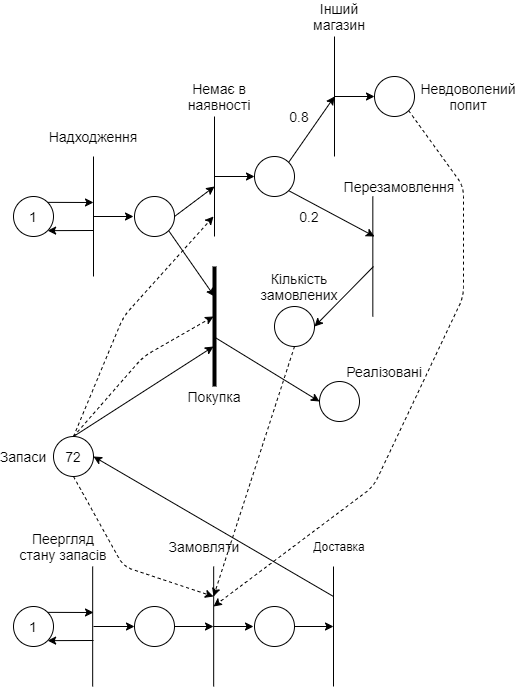
ojdmytruk/SystemModeling_sem7 keeps this draw.io diagram as MSlab6/супермаркет.png. Above is the earlier version. Source tidied: cells renumbered, new cells last; positions are measured from the earlier drawing's top-left corner, leaving out a move shared by most shapes. Source of this version:
```xml
<mxGraphModel background="#ffffff">
  <root>
    <mxCell id="0" />
    <mxCell id="1" parent="0" />
    <mxCell id="2" value="&lt;font style=&quot;font-size: 14px&quot;&gt;1&lt;/font&gt;" style="ellipse;whiteSpace=wrap;html=1;" parent="1" vertex="1">
      <mxGeometry x="10" y="190" width="40" height="40" as="geometry" />
    </mxCell>
    <mxCell id="3" style="endArrow=none;html=1;" parent="1" edge="1">
      <mxGeometry relative="1" as="geometry">
        <mxPoint x="90" y="270" as="sourcePoint" />
        <mxPoint x="90" y="150" as="targetPoint" />
      </mxGeometry>
    </mxCell>
    <mxCell id="4" value="&lt;font style=&quot;font-size: 14px&quot;&gt;Надходження&lt;/font&gt;" style="text;html=1;strokeColor=none;fillColor=none;align=center;verticalAlign=middle;whiteSpace=wrap;rounded=0;" parent="1" vertex="1">
      <mxGeometry x="70" y="120" width="40" height="20" as="geometry" />
    </mxCell>
    <mxCell id="5" style="endArrow=classic;html=1;exitX=1;exitY=0;exitDx=0;exitDy=0;" parent="1" edge="1" source="2">
      <mxGeometry relative="1" as="geometry">
        <mxPoint x="90" y="196" as="targetPoint" />
      </mxGeometry>
    </mxCell>
    <mxCell id="6" style="endArrow=classic;html=1;entryX=1;entryY=1;entryDx=0;entryDy=0;" parent="1" edge="1" target="2">
      <mxGeometry relative="1" as="geometry">
        <mxPoint x="90" y="224" as="sourcePoint" />
      </mxGeometry>
    </mxCell>
    <mxCell id="7" style="endArrow=classic;html=1;" parent="1" edge="1">
      <mxGeometry relative="1" as="geometry">
        <mxPoint x="90" y="210" as="sourcePoint" />
        <mxPoint x="130" y="210" as="targetPoint" />
      </mxGeometry>
    </mxCell>
    <mxCell id="8" style="ellipse;whiteSpace=wrap;html=1;" parent="1" vertex="1">
      <mxGeometry x="131" y="190" width="40" height="40" as="geometry" />
    </mxCell>
    <mxCell id="9" style="endArrow=none;html=1;" parent="1" edge="1">
      <mxGeometry relative="1" as="geometry">
        <mxPoint x="211" y="230" as="sourcePoint" />
        <mxPoint x="211" y="110" as="targetPoint" />
      </mxGeometry>
    </mxCell>
    <mxCell id="10" style="endArrow=classic;html=1;exitX=1;exitY=0.5;exitDx=0;exitDy=0;" parent="1" edge="1" source="8">
      <mxGeometry relative="1" as="geometry">
        <mxPoint x="211" y="180" as="targetPoint" />
      </mxGeometry>
    </mxCell>
    <mxCell id="11" style="endArrow=none;html=1;strokeWidth=4;" parent="1" edge="1">
      <mxGeometry relative="1" as="geometry">
        <mxPoint x="211" y="380" as="sourcePoint" />
        <mxPoint x="211" y="260" as="targetPoint" />
      </mxGeometry>
    </mxCell>
    <mxCell id="12" style="endArrow=classic;html=1;strokeWidth=1;exitX=1;exitY=1;exitDx=0;exitDy=0;" parent="1" edge="1" source="8">
      <mxGeometry relative="1" as="geometry">
        <mxPoint x="211" y="290" as="targetPoint" />
      </mxGeometry>
    </mxCell>
    <mxCell id="13" value="&lt;font style=&quot;font-size: 14px&quot;&gt;Немає в наявності&lt;/font&gt;" style="text;html=1;strokeColor=none;fillColor=none;align=center;verticalAlign=middle;whiteSpace=wrap;rounded=0;" parent="1" vertex="1">
      <mxGeometry x="191" y="80" width="50" height="20" as="geometry" />
    </mxCell>
    <mxCell id="14" value="&lt;font style=&quot;font-size: 14px&quot;&gt;Покупка&lt;/font&gt;" style="text;html=1;strokeColor=none;fillColor=none;align=center;verticalAlign=middle;whiteSpace=wrap;rounded=0;" parent="1" vertex="1">
      <mxGeometry x="191" y="380" width="40" height="20" as="geometry" />
    </mxCell>
    <mxCell id="15" style="ellipse;whiteSpace=wrap;html=1;" parent="1" vertex="1">
      <mxGeometry x="251" y="150" width="40" height="40" as="geometry" />
    </mxCell>
    <mxCell id="16" style="endArrow=classic;html=1;strokeWidth=1;entryX=0;entryY=0.5;entryDx=0;entryDy=0;" parent="1" edge="1" target="15">
      <mxGeometry relative="1" as="geometry">
        <mxPoint x="211" y="170" as="sourcePoint" />
      </mxGeometry>
    </mxCell>
    <mxCell id="17" style="endArrow=none;html=1;" parent="1" edge="1">
      <mxGeometry relative="1" as="geometry">
        <mxPoint x="331" y="150" as="sourcePoint" />
        <mxPoint x="331" y="30" as="targetPoint" />
      </mxGeometry>
    </mxCell>
    <mxCell id="18" style="endArrow=none;html=1;" parent="1" edge="1">
      <mxGeometry relative="1" as="geometry">
        <mxPoint x="369.3" y="310" as="sourcePoint" />
        <mxPoint x="369.3" y="190" as="targetPoint" />
      </mxGeometry>
    </mxCell>
    <mxCell id="19" value="&lt;font style=&quot;font-size: 14px&quot;&gt;Інший магазин&lt;/font&gt;" style="text;html=1;strokeColor=none;fillColor=none;align=center;verticalAlign=middle;whiteSpace=wrap;rounded=0;" parent="1" vertex="1">
      <mxGeometry x="311" width="50" height="20" as="geometry" />
    </mxCell>
    <mxCell id="20" value="&lt;font style=&quot;font-size: 14px&quot;&gt;Перезамовлення&lt;/font&gt;" style="text;html=1;strokeColor=none;fillColor=none;align=center;verticalAlign=middle;whiteSpace=wrap;rounded=0;" parent="1" vertex="1">
      <mxGeometry x="371" y="170" width="50" height="20" as="geometry" />
    </mxCell>
    <mxCell id="21" style="endArrow=classic;html=1;strokeWidth=1;exitX=1;exitY=0;exitDx=0;exitDy=0;" parent="1" edge="1" source="15">
      <mxGeometry relative="1" as="geometry">
        <mxPoint x="331" y="90" as="targetPoint" />
      </mxGeometry>
    </mxCell>
    <mxCell id="22" style="endArrow=classic;html=1;strokeWidth=1;exitX=1;exitY=1;exitDx=0;exitDy=0;" parent="1" edge="1" source="15">
      <mxGeometry relative="1" as="geometry">
        <mxPoint x="371" y="230" as="targetPoint" />
      </mxGeometry>
    </mxCell>
    <mxCell id="23" value="&lt;font style=&quot;font-size: 14px&quot;&gt;0.8&lt;/font&gt;" style="text;html=1;strokeColor=none;fillColor=none;align=center;verticalAlign=middle;whiteSpace=wrap;rounded=0;" parent="1" vertex="1">
      <mxGeometry x="271" y="100" width="50" height="20" as="geometry" />
    </mxCell>
    <mxCell id="24" value="&lt;font style=&quot;font-size: 14px&quot;&gt;0.2&lt;/font&gt;" style="text;html=1;strokeColor=none;fillColor=none;align=center;verticalAlign=middle;whiteSpace=wrap;rounded=0;" parent="1" vertex="1">
      <mxGeometry x="281" y="200" width="50" height="20" as="geometry" />
    </mxCell>
    <mxCell id="25" style="endArrow=classic;html=1;strokeWidth=1;" parent="1" edge="1">
      <mxGeometry relative="1" as="geometry">
        <mxPoint x="331" y="90" as="sourcePoint" />
        <mxPoint x="371" y="90" as="targetPoint" />
      </mxGeometry>
    </mxCell>
    <mxCell id="26" style="ellipse;whiteSpace=wrap;html=1;" parent="1" vertex="1">
      <mxGeometry x="371" y="70" width="40" height="40" as="geometry" />
    </mxCell>
    <mxCell id="27" value="&lt;span style=&quot;font-size: 14px&quot;&gt;Невдоволений попит&lt;/span&gt;" style="text;html=1;strokeColor=none;fillColor=none;align=center;verticalAlign=middle;whiteSpace=wrap;rounded=0;" parent="1" vertex="1">
      <mxGeometry x="440" y="80" width="50" height="20" as="geometry" />
    </mxCell>
    <mxCell id="28" value="&lt;font style=&quot;font-size: 14px&quot;&gt;1&lt;/font&gt;" style="ellipse;whiteSpace=wrap;html=1;" parent="1" vertex="1">
      <mxGeometry x="10" y="600" width="40" height="40" as="geometry" />
    </mxCell>
    <mxCell id="29" style="endArrow=none;html=1;" parent="1" edge="1">
      <mxGeometry relative="1" as="geometry">
        <mxPoint x="89.2" y="680" as="sourcePoint" />
        <mxPoint x="89.2" y="560" as="targetPoint" />
      </mxGeometry>
    </mxCell>
    <mxCell id="30" style="endArrow=classic;html=1;strokeWidth=1;exitX=1;exitY=0;exitDx=0;exitDy=0;" parent="1" edge="1" source="28">
      <mxGeometry relative="1" as="geometry">
        <mxPoint x="90" y="606" as="targetPoint" />
      </mxGeometry>
    </mxCell>
    <mxCell id="31" style="endArrow=classic;html=1;strokeWidth=1;entryX=1;entryY=1;entryDx=0;entryDy=0;" parent="1" edge="1" target="28">
      <mxGeometry relative="1" as="geometry">
        <mxPoint x="90" y="634" as="sourcePoint" />
      </mxGeometry>
    </mxCell>
    <mxCell id="32" value="&lt;font style=&quot;font-size: 14px&quot;&gt;Пеергляд стану запасів&lt;/font&gt;" style="text;html=1;strokeColor=none;fillColor=none;align=center;verticalAlign=middle;whiteSpace=wrap;rounded=0;" parent="1" vertex="1">
      <mxGeometry x="10" y="530" width="100" height="20" as="geometry" />
    </mxCell>
    <mxCell id="33" value="&lt;font style=&quot;font-size: 14px&quot;&gt;72&lt;/font&gt;" style="ellipse;whiteSpace=wrap;html=1;" parent="1" vertex="1">
      <mxGeometry x="50" y="430" width="40" height="40" as="geometry" />
    </mxCell>
    <mxCell id="34" value="&lt;font style=&quot;font-size: 14px&quot;&gt;Запаси&lt;/font&gt;" style="text;html=1;strokeColor=none;fillColor=none;align=center;verticalAlign=middle;whiteSpace=wrap;rounded=0;" parent="1" vertex="1">
      <mxGeometry y="440" width="40" height="20" as="geometry" />
    </mxCell>
    <mxCell id="35" style="endArrow=classic;html=1;strokeWidth=1;entryX=1;entryY=0.5;entryDx=0;entryDy=0;" parent="1" edge="1" target="36">
      <mxGeometry relative="1" as="geometry">
        <mxPoint x="370" y="260" as="sourcePoint" />
      </mxGeometry>
    </mxCell>
    <mxCell id="36" style="ellipse;whiteSpace=wrap;html=1;" parent="1" vertex="1">
      <mxGeometry x="271" y="300" width="40" height="40" as="geometry" />
    </mxCell>
    <mxCell id="37" value="&lt;span style=&quot;font-size: 14px&quot;&gt;Кількість замовлених&lt;/span&gt;" style="text;html=1;strokeColor=none;fillColor=none;align=center;verticalAlign=middle;whiteSpace=wrap;rounded=0;" parent="1" vertex="1">
      <mxGeometry x="271" y="270" width="50" height="20" as="geometry" />
    </mxCell>
    <mxCell id="38" style="ellipse;whiteSpace=wrap;html=1;" parent="1" vertex="1">
      <mxGeometry x="131" y="600" width="40" height="40" as="geometry" />
    </mxCell>
    <mxCell id="39" style="endArrow=none;html=1;" parent="1" edge="1">
      <mxGeometry relative="1" as="geometry">
        <mxPoint x="210.2" y="680" as="sourcePoint" />
        <mxPoint x="210.2" y="560" as="targetPoint" />
      </mxGeometry>
    </mxCell>
    <mxCell id="40" value="&lt;font style=&quot;font-size: 14px&quot;&gt;Замовляти&lt;/font&gt;" style="text;html=1;strokeColor=none;fillColor=none;align=center;verticalAlign=middle;whiteSpace=wrap;rounded=0;" parent="1" vertex="1">
      <mxGeometry x="151" y="530" width="100" height="20" as="geometry" />
    </mxCell>
    <mxCell id="41" style="endArrow=classic;html=1;strokeWidth=1;entryX=0;entryY=0.5;entryDx=0;entryDy=0;" parent="1" edge="1" target="38">
      <mxGeometry relative="1" as="geometry">
        <mxPoint x="90" y="620" as="sourcePoint" />
      </mxGeometry>
    </mxCell>
    <mxCell id="42" style="endArrow=classic;html=1;strokeWidth=1;exitX=1;exitY=0.5;exitDx=0;exitDy=0;" parent="1" edge="1" source="38">
      <mxGeometry relative="1" as="geometry">
        <mxPoint x="210" y="620" as="targetPoint" />
      </mxGeometry>
    </mxCell>
    <mxCell id="43" style="endArrow=classic;html=1;strokeWidth=1;dashed=1;exitX=0.5;exitY=1;exitDx=0;exitDy=0;" parent="1" edge="1" source="33">
      <mxGeometry relative="1" as="geometry">
        <mxPoint x="210" y="590" as="targetPoint" />
        <Array as="points">
          <mxPoint x="120" y="560" />
        </Array>
      </mxGeometry>
    </mxCell>
    <mxCell id="44" style="endArrow=classic;html=1;dashed=1;strokeWidth=1;exitX=0.5;exitY=1;exitDx=0;exitDy=0;" parent="1" edge="1" source="36">
      <mxGeometry relative="1" as="geometry">
        <mxPoint x="210" y="590" as="targetPoint" />
      </mxGeometry>
    </mxCell>
    <mxCell id="45" style="endArrow=classic;html=1;dashed=1;strokeWidth=1;exitX=1;exitY=1;exitDx=0;exitDy=0;" parent="1" edge="1" source="26">
      <mxGeometry relative="1" as="geometry">
        <mxPoint x="210" y="600" as="targetPoint" />
        <Array as="points">
          <mxPoint x="460" y="180" />
          <mxPoint x="460" y="290" />
          <mxPoint x="370" y="480" />
        </Array>
      </mxGeometry>
    </mxCell>
    <mxCell id="46" style="endArrow=classic;html=1;strokeWidth=1;" parent="1" edge="1">
      <mxGeometry relative="1" as="geometry">
        <mxPoint x="210" y="620" as="sourcePoint" />
        <mxPoint x="250" y="620" as="targetPoint" />
      </mxGeometry>
    </mxCell>
    <mxCell id="47" style="ellipse;whiteSpace=wrap;html=1;" parent="1" vertex="1">
      <mxGeometry x="251" y="600" width="40" height="40" as="geometry" />
    </mxCell>
    <mxCell id="48" style="endArrow=classic;html=1;strokeWidth=1;exitX=1;exitY=0.5;exitDx=0;exitDy=0;" parent="1" edge="1" source="47">
      <mxGeometry relative="1" as="geometry">
        <mxPoint x="330" y="620" as="targetPoint" />
      </mxGeometry>
    </mxCell>
    <mxCell id="49" style="endArrow=none;html=1;strokeWidth=1;" parent="1" edge="1">
      <mxGeometry relative="1" as="geometry">
        <mxPoint x="330" y="680" as="sourcePoint" />
        <mxPoint x="330" y="560" as="targetPoint" />
      </mxGeometry>
    </mxCell>
    <mxCell id="50" value="Доставка" style="text;html=1;strokeColor=none;fillColor=none;align=center;verticalAlign=middle;whiteSpace=wrap;rounded=0;" parent="1" vertex="1">
      <mxGeometry x="316" y="530" width="40" height="20" as="geometry" />
    </mxCell>
    <mxCell id="51" style="endArrow=classic;html=1;strokeWidth=1;" parent="1" edge="1">
      <mxGeometry relative="1" as="geometry">
        <mxPoint x="330" y="590" as="sourcePoint" />
        <mxPoint x="90" y="450" as="targetPoint" />
      </mxGeometry>
    </mxCell>
    <mxCell id="52" style="endArrow=classic;html=1;strokeWidth=1;exitX=0.5;exitY=0;exitDx=0;exitDy=0;" parent="1" edge="1" source="33">
      <mxGeometry relative="1" as="geometry">
        <mxPoint x="210" y="340" as="targetPoint" />
      </mxGeometry>
    </mxCell>
    <mxCell id="53" style="ellipse;whiteSpace=wrap;html=1;" parent="1" vertex="1">
      <mxGeometry x="316" y="375" width="40" height="40" as="geometry" />
    </mxCell>
    <mxCell id="54" style="endArrow=classic;html=1;strokeWidth=1;entryX=0;entryY=0.5;entryDx=0;entryDy=0;" parent="1" edge="1" target="53">
      <mxGeometry relative="1" as="geometry">
        <mxPoint x="210" y="330" as="sourcePoint" />
      </mxGeometry>
    </mxCell>
    <mxCell id="55" value="&lt;font style=&quot;font-size: 14px&quot;&gt;Реалізовані&lt;/font&gt;" style="text;html=1;strokeColor=none;fillColor=none;align=center;verticalAlign=middle;whiteSpace=wrap;rounded=0;" parent="1" vertex="1">
      <mxGeometry x="361" y="355" width="40" height="20" as="geometry" />
    </mxCell>
    <mxCell id="56" style="endArrow=classic;html=1;strokeWidth=1;dashed=1;" parent="1" edge="1">
      <mxGeometry relative="1" as="geometry">
        <mxPoint x="70" y="430" as="sourcePoint" />
        <mxPoint x="210" y="210" as="targetPoint" />
        <Array as="points">
          <mxPoint x="120" y="310" />
        </Array>
      </mxGeometry>
    </mxCell>
    <mxCell id="57" style="endArrow=classic;html=1;dashed=1;strokeWidth=1;" parent="1" edge="1">
      <mxGeometry relative="1" as="geometry">
        <mxPoint x="70" y="430" as="sourcePoint" />
        <mxPoint x="210" y="310" as="targetPoint" />
        <Array as="points">
          <mxPoint x="140" y="350" />
        </Array>
      </mxGeometry>
    </mxCell>
  </root>
</mxGraphModel>
```
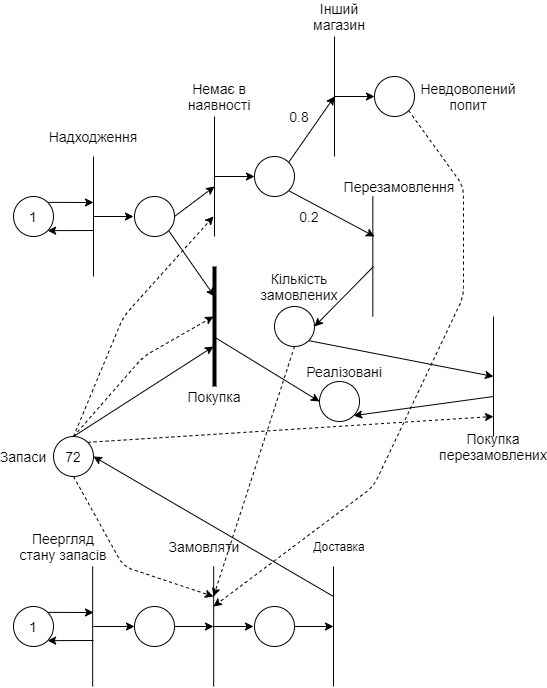
Above is the later version.

Commit message:
реализованы перезаказанные холодильники

What changed in the source:
```diff
@@ -242,7 +242,7 @@
       </mxGeometry>
     </mxCell>
     <mxCell id="55" value="&lt;font style=&quot;font-size: 14px&quot;&gt;Реалізовані&lt;/font&gt;" style="text;html=1;strokeColor=none;fillColor=none;align=center;verticalAlign=middle;whiteSpace=wrap;rounded=0;" parent="1" vertex="1">
-      <mxGeometry x="361" y="355" width="40" height="20" as="geometry" />
+      <mxGeometry x="321" y="355" width="40" height="20" as="geometry" />
     </mxCell>
     <mxCell id="56" style="endArrow=classic;html=1;strokeWidth=1;dashed=1;" parent="1" edge="1">
       <mxGeometry relative="1" as="geometry">
@@ -262,5 +262,29 @@
         </Array>
       </mxGeometry>
     </mxCell>
+    <mxCell id="58" style="endArrow=none;html=1;" parent="1" edge="1">
+      <mxGeometry relative="1" as="geometry">
+        <mxPoint x="490" y="430" as="sourcePoint" />
+        <mxPoint x="490" y="310" as="targetPoint" />
+      </mxGeometry>
+    </mxCell>
+    <mxCell id="59" value="&lt;font style=&quot;font-size: 14px&quot;&gt;Покупка&lt;br&gt;перезамовлених&lt;br&gt;&lt;/font&gt;" style="text;html=1;strokeColor=none;fillColor=none;align=center;verticalAlign=middle;whiteSpace=wrap;rounded=0;" parent="1" vertex="1">
+      <mxGeometry x="470" y="430" width="40" height="20" as="geometry" />
+    </mxCell>
+    <mxCell id="60" style="endArrow=classic;html=1;exitX=1;exitY=1;exitDx=0;exitDy=0;" parent="1" edge="1" source="36">
+      <mxGeometry relative="1" as="geometry">
+        <mxPoint x="490" y="370" as="targetPoint" />
+      </mxGeometry>
+    </mxCell>
+    <mxCell id="61" style="endArrow=classic;html=1;entryX=1;entryY=1;entryDx=0;entryDy=0;" parent="1" edge="1" target="53">
+      <mxGeometry relative="1" as="geometry">
+        <mxPoint x="490" y="390" as="sourcePoint" />
+      </mxGeometry>
+    </mxCell>
+    <mxCell id="62" style="endArrow=classic;html=1;exitX=1;exitY=0;exitDx=0;exitDy=0;dashed=1;" parent="1" edge="1" source="33">
+      <mxGeometry relative="1" as="geometry">
+        <mxPoint x="490" y="410" as="targetPoint" />
+      </mxGeometry>
+    </mxCell>
   </root>
 </mxGraphModel>
```
